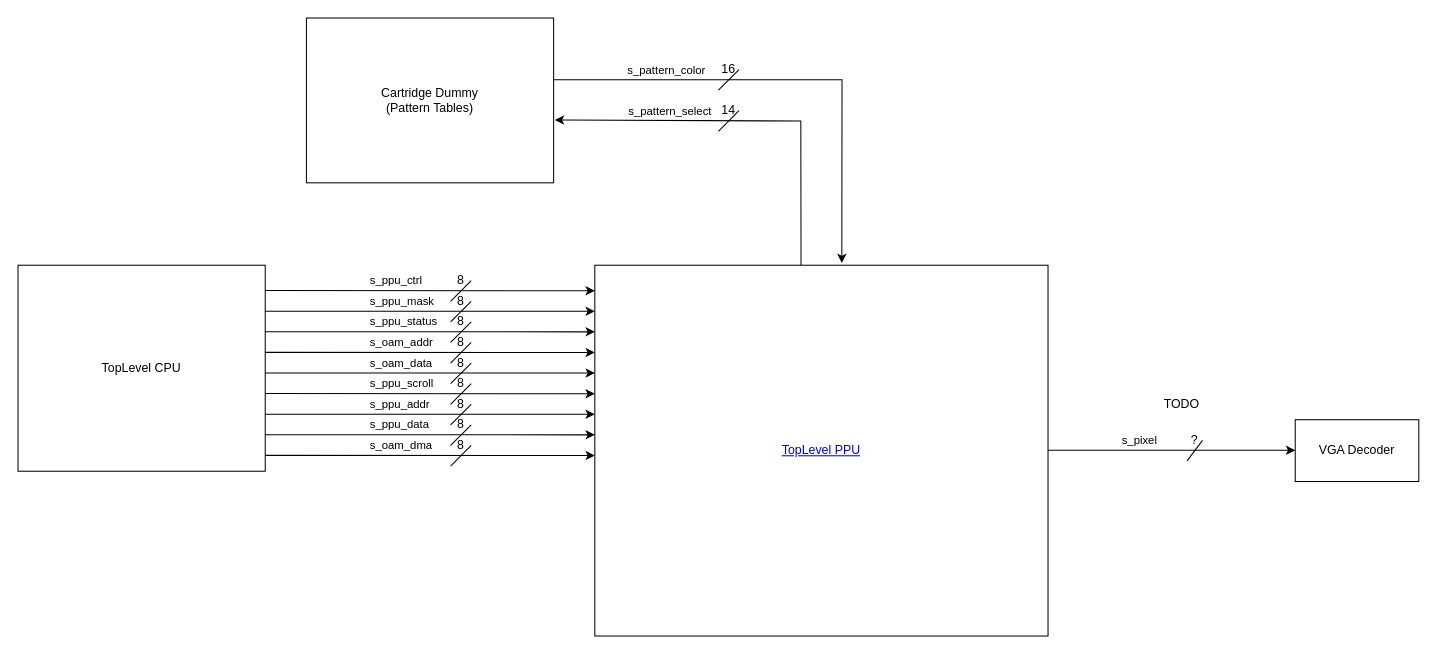
Above: page "VHDL Entities" (3 of 5) of docs/blockdiagram/HKA-NES_Blockschaltbild.drawio in jjw2202/HKA-NES (draw.io), before the change. Source tidied: cells renumbered, new cells numbered last; positions are measured from the earlier drawing's top-left corner, leaving out a move shared by most shapes. Both pictures are drawn from the tidied source at 103%, with x=0, y=0 at pixel (18, 18).
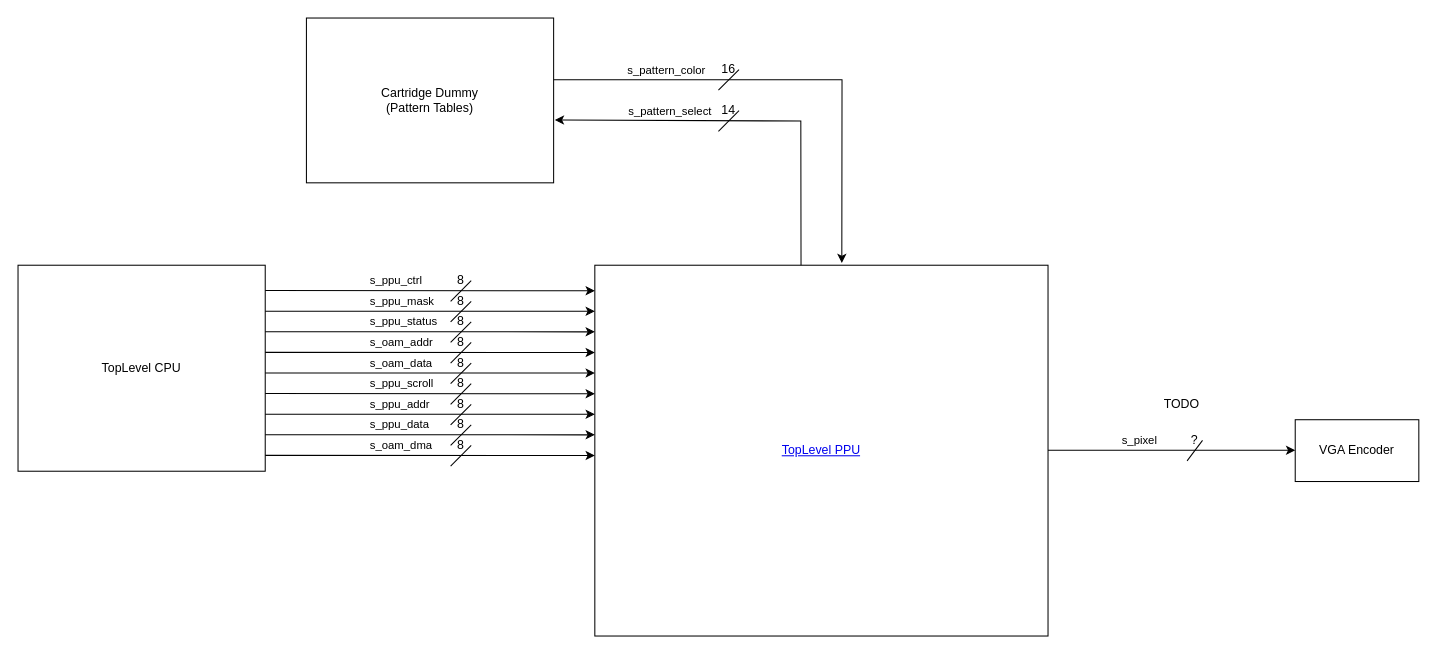
The same diagram, later.

Change to the diagram source:
```diff
@@
-    <mxCell id="5" value="VGA Decoder" style="rounded=0;whiteSpace=wrap;html=1;" parent="1" vertex="1">
+    <mxCell id="5" value="VGA Encoder" style="rounded=0;whiteSpace=wrap;html=1;" parent="1" vertex="1">
       <mxGeometry x="1240" y="390" width="120" height="60" as="geometry" />
     </mxCell>
```
